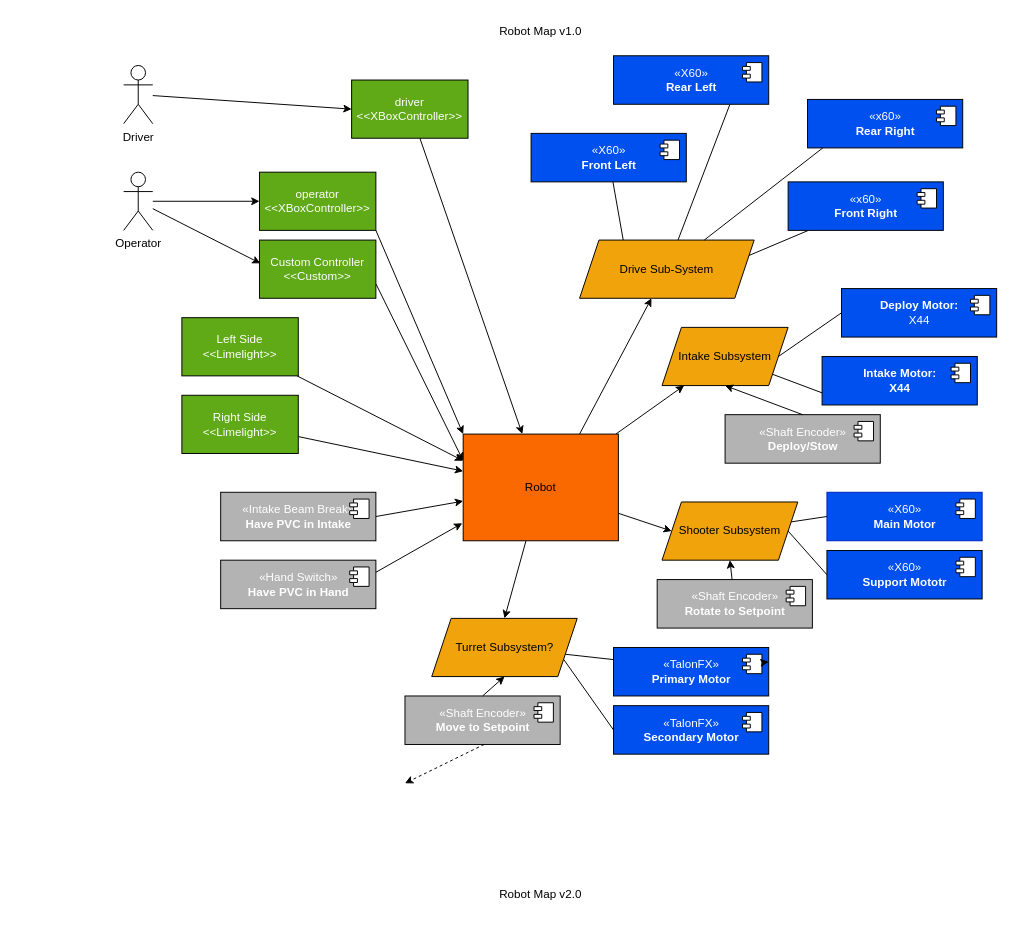
The draw.io diagram page "Motor View" (1 of 2) of diagrams/RobotMap.drawio in FRC1296/RhsRobot2026, before the edit. Source tidied: cells renumbered, new cells numbered last; positions are measured from the earlier drawing's top-left corner, leaving out a move shared by most shapes. Both pictures are drawn from the tidied source at 97%, with x=0, y=0 at pixel (123, 16).
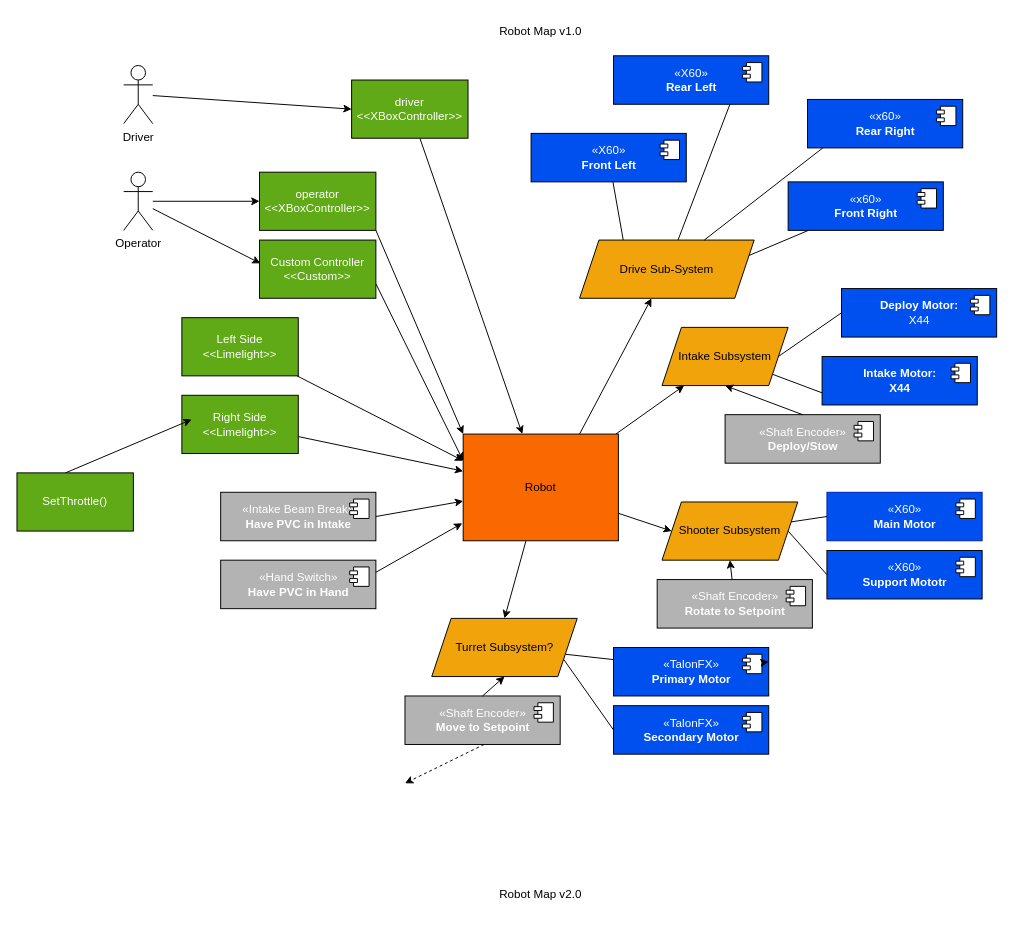
The same page after the edit.

The edit, as a diff of the source:
```diff
@@
+    <mxCell id="75" style="edgeStyle=none;html=1;strokeColor=#000000;fontColor=#000000;" parent="1" edge="1">
+      <mxGeometry relative="1" as="geometry">
+        <mxPoint x="-60" y="470" as="sourcePoint" />
+        <mxPoint x="70" y="415" as="targetPoint" />
+      </mxGeometry>
+    </mxCell>
+    <mxCell id="76" value="SetThrottle()" style="rounded=0;whiteSpace=wrap;html=1;fillColor=#60a917;fontColor=#ffffff;strokeColor=#000000;" parent="1" vertex="1">
+      <mxGeometry x="-110" y="470" width="120" height="60" as="geometry" />
+    </mxCell>
```
